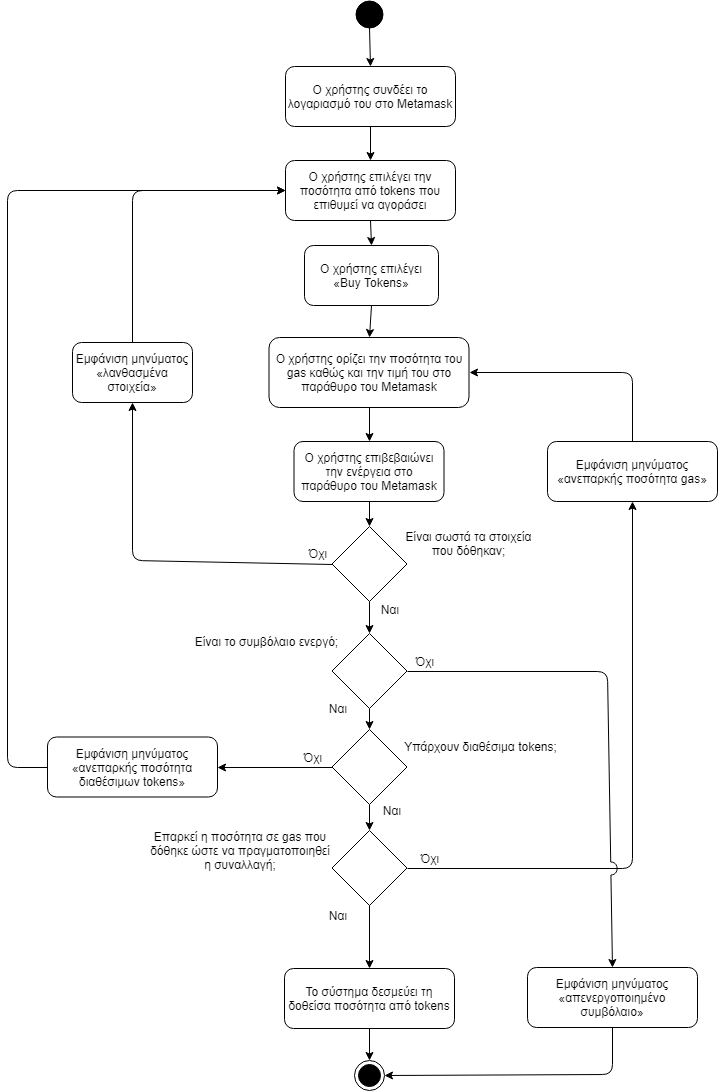
Above: diagrams/BuyTokens/BuyTokens.png in gkamtzir/Ethereum-ICO-Diploma-Thesis (draw.io), before the change. Source tidied: cells renumbered, new cells last; positions are measured from the earlier drawing's top-left corner, leaving out a move shared by most shapes.
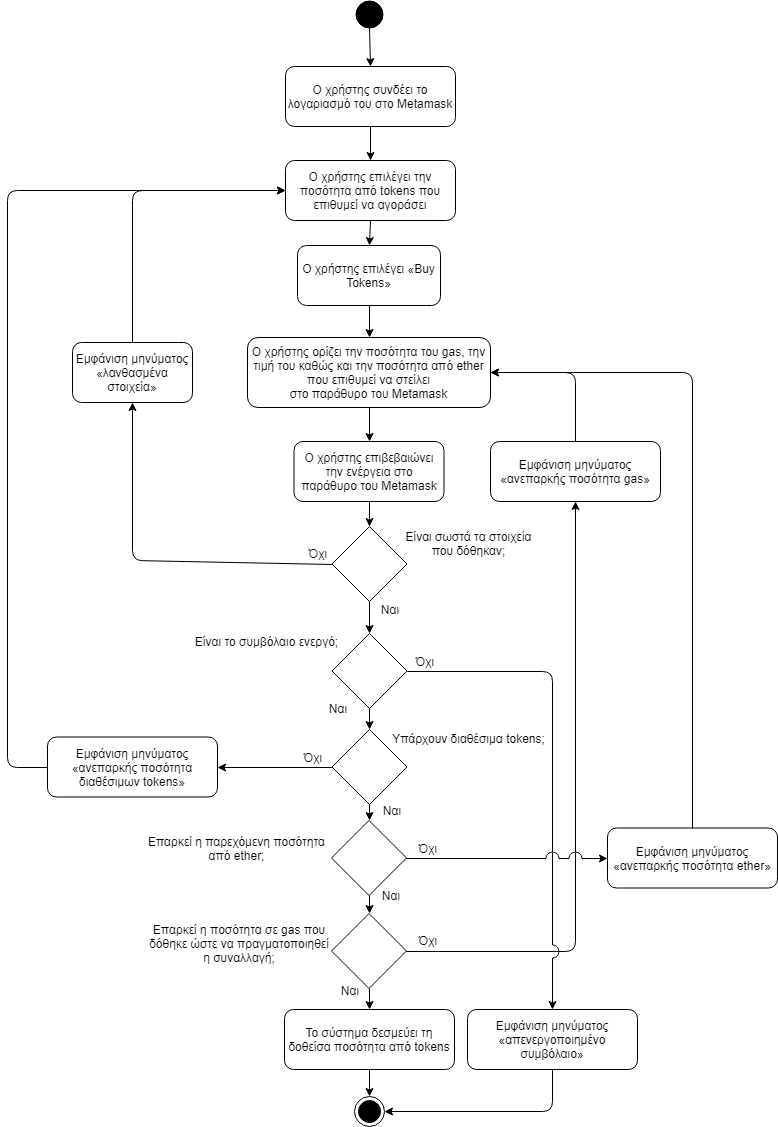
Later version of the same file.

Commit message:
Added missing decision in BuyTokens flowchart.

What changed in the source:
```diff
@@ -12,10 +12,10 @@
       <mxGeometry x="278" y="160" width="170" height="60" as="geometry" />
     </mxCell>
     <mxCell id="5" value="Ο χρήστης επιλέγει «Buy Tokens»" style="rounded=1;whiteSpace=wrap;html=1;fillColor=#ffffff;gradientColor=none;" parent="1" vertex="1">
-      <mxGeometry x="297" y="245" width="134" height="60" as="geometry" />
+      <mxGeometry x="290" y="245" width="143" height="60" as="geometry" />
     </mxCell>
-    <mxCell id="6" value="Ο χρήστης ορίζει την ποσότητα του gas καθώς και την τιμή του στο παράθυρο του Metamask" style="rounded=1;whiteSpace=wrap;html=1;fillColor=#ffffff;gradientColor=none;" parent="1" vertex="1">
-      <mxGeometry x="261.5" y="337" width="200" height="70" as="geometry" />
+    <mxCell id="6" value="Ο χρήστης ορίζει την ποσότητα του gas, την τιμή του καθώς και την ποσότητα από ether που επιθυμεί να στείλει&lt;br&gt;στο παράθυρο του Metamask" style="rounded=1;whiteSpace=wrap;html=1;fillColor=#ffffff;gradientColor=none;" parent="1" vertex="1">
+      <mxGeometry x="240" y="337" width="243" height="70" as="geometry" />
     </mxCell>
     <mxCell id="7" value="Ο χρήστης επιβεβαιώνει την ενέργεια στο παράθυρο του Metamask" style="rounded=1;whiteSpace=wrap;html=1;fillColor=#ffffff;gradientColor=none;" parent="1" vertex="1">
       <mxGeometry x="286.5" y="441" width="150" height="60" as="geometry" />
@@ -36,13 +36,13 @@
       <mxGeometry x="324.5" y="729" width="75" height="75" as="geometry" />
     </mxCell>
     <mxCell id="13" value="Υπάρχουν διαθέσιμα tokens;" style="text;html=1;strokeColor=none;fillColor=none;align=center;verticalAlign=middle;whiteSpace=wrap;rounded=0;" parent="1" vertex="1">
-      <mxGeometry x="384" y="725.5" width="179" height="40" as="geometry" />
+      <mxGeometry x="372" y="718" width="179" height="40" as="geometry" />
     </mxCell>
     <mxCell id="14" style="rhombus;whiteSpace=wrap;html=1;fillColor=#ffffff;gradientColor=none;" parent="1" vertex="1">
-      <mxGeometry x="324.5" y="830" width="75" height="75" as="geometry" />
+      <mxGeometry x="324" y="913" width="75" height="75" as="geometry" />
     </mxCell>
     <mxCell id="15" value="Επαρκεί η ποσότητα σε gas που δόθηκε ώστε να πραγματοποιηθεί η συναλλαγή;" style="text;html=1;strokeColor=none;fillColor=none;align=center;verticalAlign=middle;whiteSpace=wrap;rounded=0;" parent="1" vertex="1">
-      <mxGeometry x="140.5" y="820" width="184" height="60" as="geometry" />
+      <mxGeometry x="140" y="913" width="184" height="60" as="geometry" />
     </mxCell>
     <mxCell id="16" style="endArrow=classic;html=1;exitX=0.5;exitY=1;exitDx=0;exitDy=0;entryX=0.5;entryY=0;entryDx=0;entryDy=0;" parent="1" edge="1" source="2" target="3">
       <mxGeometry relative="1" as="geometry" />
@@ -68,9 +68,6 @@
     <mxCell id="23" style="endArrow=classic;html=1;exitX=0.5;exitY=1;exitDx=0;exitDy=0;entryX=0.5;entryY=0;entryDx=0;entryDy=0;" parent="1" edge="1" source="10" target="12">
       <mxGeometry relative="1" as="geometry" />
     </mxCell>
-    <mxCell id="24" style="endArrow=classic;html=1;entryX=0.5;entryY=0;entryDx=0;entryDy=0;exitX=0.5;exitY=1;exitDx=0;exitDy=0;" parent="1" edge="1" source="12" target="14">
-      <mxGeometry relative="1" as="geometry" />
-    </mxCell>
     <mxCell id="25" style="endArrow=classic;html=1;exitX=0.5;exitY=1;exitDx=0;exitDy=0;entryX=0.5;entryY=0;entryDx=0;entryDy=0;" parent="1" edge="1" source="14" target="46">
       <mxGeometry relative="1" as="geometry" />
     </mxCell>
@@ -78,10 +75,10 @@
       <mxGeometry x="65" y="342" width="120" height="60" as="geometry" />
     </mxCell>
     <mxCell id="27" value="Εμφάνιση μηνύματος «ανεπαρκής ποσότητα&amp;nbsp;gas»" style="rounded=1;whiteSpace=wrap;html=1;" parent="1" vertex="1">
-      <mxGeometry x="540" y="441" width="170" height="60" as="geometry" />
+      <mxGeometry x="483" y="441" width="170" height="60" as="geometry" />
     </mxCell>
     <mxCell id="28" value="Εμφάνιση μηνύματος «απενεργοποιημένο συμβόλαιο»" style="rounded=1;whiteSpace=wrap;html=1;" parent="1" vertex="1">
-      <mxGeometry x="520" y="967" width="170" height="60" as="geometry" />
+      <mxGeometry x="460" y="1009" width="170" height="60" as="geometry" />
     </mxCell>
     <mxCell id="29" value="Εμφάνιση μηνύματος «ανεπαρκής ποσότητα διαθέσιμων tokens»" style="rounded=1;whiteSpace=wrap;html=1;" parent="1" vertex="1">
       <mxGeometry x="40" y="736.5" width="170" height="60" as="geometry" />
@@ -89,14 +86,14 @@
     <mxCell id="30" style="endArrow=classic;html=1;exitX=1;exitY=0.5;exitDx=0;exitDy=0;entryX=0.5;entryY=1;entryDx=0;entryDy=0;" parent="1" edge="1" source="14" target="27">
       <mxGeometry relative="1" as="geometry">
         <Array as="points">
-          <mxPoint x="625" y="868" />
+          <mxPoint x="568" y="951" />
         </Array>
       </mxGeometry>
     </mxCell>
     <mxCell id="31" style="endArrow=classic;html=1;exitX=0.5;exitY=0;exitDx=0;exitDy=0;entryX=1;entryY=0.5;entryDx=0;entryDy=0;" parent="1" edge="1" source="27" target="6">
       <mxGeometry relative="1" as="geometry">
         <Array as="points">
-          <mxPoint x="625" y="372" />
+          <mxPoint x="568" y="372" />
         </Array>
       </mxGeometry>
     </mxCell>
@@ -117,7 +114,7 @@
     <mxCell id="34" style="endArrow=classic;html=1;exitX=1;exitY=0.5;exitDx=0;exitDy=0;entryX=0.5;entryY=0;entryDx=0;entryDy=0;jumpStyle=arc;jumpSize=13;" parent="1" edge="1" source="10" target="28">
       <mxGeometry relative="1" as="geometry">
         <Array as="points">
-          <mxPoint x="600" y="671" />
+          <mxPoint x="545" y="671" />
         </Array>
       </mxGeometry>
     </mxCell>
@@ -135,7 +132,7 @@
     <mxCell id="37" style="endArrow=classic;html=1;exitX=0.5;exitY=1;exitDx=0;exitDy=0;entryX=1;entryY=0.5;entryDx=0;entryDy=0;" parent="1" edge="1" source="28" target="48">
       <mxGeometry relative="1" as="geometry">
         <Array as="points">
-          <mxPoint x="605" y="1074" />
+          <mxPoint x="545" y="1111" />
         </Array>
       </mxGeometry>
     </mxCell>
@@ -158,19 +155,50 @@
       <mxGeometry x="284.5" y="746.5" width="40" height="20" as="geometry" />
     </mxCell>
     <mxCell id="44" value="Ναι" style="text;html=1;strokeColor=none;fillColor=none;align=center;verticalAlign=middle;whiteSpace=wrap;rounded=0;" parent="1" vertex="1">
-      <mxGeometry x="310" y="905" width="40" height="20" as="geometry" />
+      <mxGeometry x="321.5" y="980" width="40" height="20" as="geometry" />
     </mxCell>
     <mxCell id="45" value="Όχι" style="text;html=1;strokeColor=none;fillColor=none;align=center;verticalAlign=middle;whiteSpace=wrap;rounded=0;" parent="1" vertex="1">
-      <mxGeometry x="402" y="847.5" width="40" height="20" as="geometry" />
+      <mxGeometry x="399.5" y="930" width="40" height="20" as="geometry" />
     </mxCell>
     <mxCell id="46" value="Το σύστημα δεσμεύει τη δοθείσα ποσότητα από tokens" style="rounded=1;whiteSpace=wrap;html=1;" parent="1" vertex="1">
-      <mxGeometry x="277" y="968" width="170" height="60" as="geometry" />
+      <mxGeometry x="277" y="1009" width="170" height="60" as="geometry" />
     </mxCell>
     <mxCell id="47" style="endArrow=classic;html=1;exitX=0.5;exitY=1;exitDx=0;exitDy=0;entryX=0.5;entryY=0;entryDx=0;entryDy=0;" parent="1" edge="1" source="46" target="48">
       <mxGeometry relative="1" as="geometry" />
     </mxCell>
     <mxCell id="48" style="ellipse;html=1;shape=endState;fillColor=#000000;strokeColor=#000000;" parent="1" vertex="1">
-      <mxGeometry x="347" y="1060" width="30" height="30" as="geometry" />
+      <mxGeometry x="347" y="1096" width="30" height="30" as="geometry" />
     </mxCell>
+    <mxCell id="49" style="rhombus;whiteSpace=wrap;html=1;fillColor=#ffffff;gradientColor=none;" parent="1" vertex="1">
+      <mxGeometry x="324" y="820" width="75" height="75" as="geometry" />
+    </mxCell>
+    <mxCell id="50" style="endArrow=classic;html=1;exitX=0.5;exitY=1;exitDx=0;exitDy=0;entryX=0.5;entryY=0;entryDx=0;entryDy=0;" parent="1" edge="1" source="49" target="14">
+      <mxGeometry relative="1" as="geometry" />
+    </mxCell>
+    <mxCell id="51" style="endArrow=classic;html=1;exitX=0.5;exitY=1;exitDx=0;exitDy=0;entryX=0.5;entryY=0;entryDx=0;entryDy=0;" parent="1" edge="1" source="12" target="49">
+      <mxGeometry relative="1" as="geometry" />
+    </mxCell>
+    <mxCell id="52" value="Ναι" style="text;html=1;strokeColor=none;fillColor=none;align=center;verticalAlign=middle;whiteSpace=wrap;rounded=0;" parent="1" vertex="1">
+      <mxGeometry x="363" y="885" width="40" height="20" as="geometry" />
+    </mxCell>
+    <mxCell id="53" value="Επαρκεί η παρεχόμενη ποσότητα από ether;" style="text;html=1;strokeColor=none;fillColor=none;align=center;verticalAlign=middle;whiteSpace=wrap;rounded=0;" parent="1" vertex="1">
+      <mxGeometry x="140" y="828" width="179" height="40" as="geometry" />
+    </mxCell>
+    <mxCell id="54" value="Όχι" style="text;html=1;strokeColor=none;fillColor=none;align=center;verticalAlign=middle;whiteSpace=wrap;rounded=0;" parent="1" vertex="1">
+      <mxGeometry x="399.5" y="837.5" width="40" height="20" as="geometry" />
+    </mxCell>
+    <mxCell id="55" value="Εμφάνιση μηνύματος «ανεπαρκής ποσότητα ether»" style="rounded=1;whiteSpace=wrap;html=1;" parent="1" vertex="1">
+      <mxGeometry x="600" y="827.5" width="170" height="60" as="geometry" />
+    </mxCell>
+    <mxCell id="56" style="endArrow=classic;html=1;exitX=1;exitY=0.5;exitDx=0;exitDy=0;entryX=0;entryY=0.5;entryDx=0;entryDy=0;jumpSize=13;jumpStyle=arc;" parent="1" edge="1" source="49" target="55">
+      <mxGeometry relative="1" as="geometry" />
+    </mxCell>
+    <mxCell id="57" style="endArrow=classic;html=1;exitX=0.5;exitY=0;exitDx=0;exitDy=0;entryX=1;entryY=0.5;entryDx=0;entryDy=0;" parent="1" edge="1" source="55" target="6">
+      <mxGeometry relative="1" as="geometry">
+        <Array as="points">
+          <mxPoint x="685" y="372" />
+        </Array>
+      </mxGeometry>
+    </mxCell>
   </root>
 </mxGraphModel>
```
